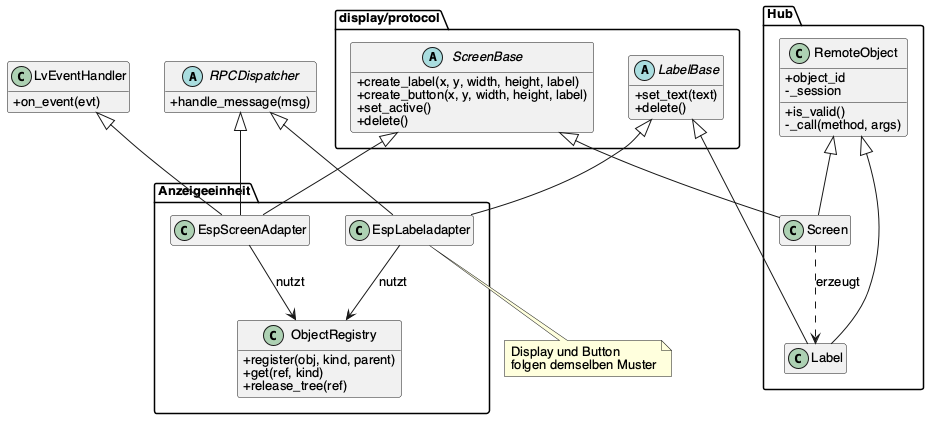
Earlier version of the PlantUML export thesis/figures/objektmodell.png (K1ngGrim/master-pa-legolab). The source it was exported from:
```plantuml
@startuml objektmodell
skinparam backgroundColor transparent
skinparam shadowing false
skinparam defaultFontName "Helvetica"
skinparam defaultFontSize 13
skinparam classAttributeIconSize 0
hide empty members

package "display/protocol" {
  abstract class ScreenBase {
    + create_label(x, y, width, height, label)
    + create_button(x, y, width, height, label)
    + set_active()
    + delete()
  }
  abstract class LabelBase {
    + set_text(text)
    + delete()
  }
}

package "Hub" {
  class RemoteObject {
    + object_id
    - _session
    + is_valid()
    - _call(method, args)
  }
  class Screen
  class Label
}

package "Anzeigeeinheit" {
  class EspScreenAdapter
  class EspLabeladapter
  class ObjectRegistry {
    + register(obj, kind, parent)
    + get(ref, kind)
    + release_tree(ref)
  }
}

abstract class RPCDispatcher {
  + handle_message(msg)
}
class LvEventHandler {
  + on_event(evt)
}

RemoteObject <|-- Screen
RemoteObject <|-- Label
ScreenBase <|-- Screen
LabelBase  <|-- Label
ScreenBase <|-- EspScreenAdapter
LabelBase  <|-- EspLabeladapter

RPCDispatcher  <|-- EspScreenAdapter
RPCDispatcher  <|-- EspLabeladapter
LvEventHandler <|-- EspScreenAdapter

Screen ..> Label : erzeugt
EspScreenAdapter --> ObjectRegistry : nutzt
EspLabeladapter  --> ObjectRegistry : nutzt

note bottom of EspLabeladapter
  Display und Button
  folgen demselben Muster
end note
@enduml
```
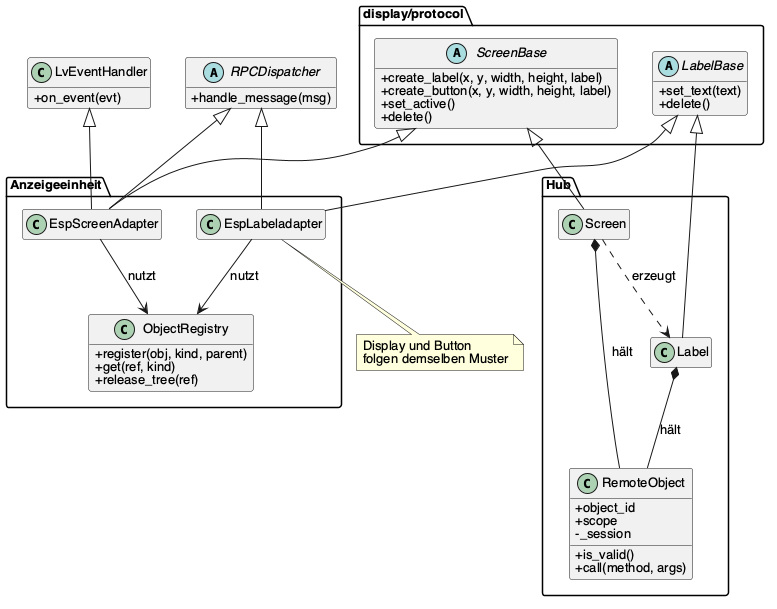
The same file after the commit.

The edit, as a diff of the source:
```diff
@@ -22,9 +22,10 @@
 package "Hub" {
   class RemoteObject {
     + object_id
+    + scope
     - _session
     + is_valid()
-    - _call(method, args)
+    + call(method, args)
   }
   class Screen
   class Label
@@ -47,8 +48,8 @@
   + on_event(evt)
 }
 
-RemoteObject <|-- Screen
-RemoteObject <|-- Label
+Screen *-- RemoteObject : hält
+Label  *-- RemoteObject : hält
 ScreenBase <|-- Screen
 LabelBase  <|-- Label
 ScreenBase <|-- EspScreenAdapter
```
